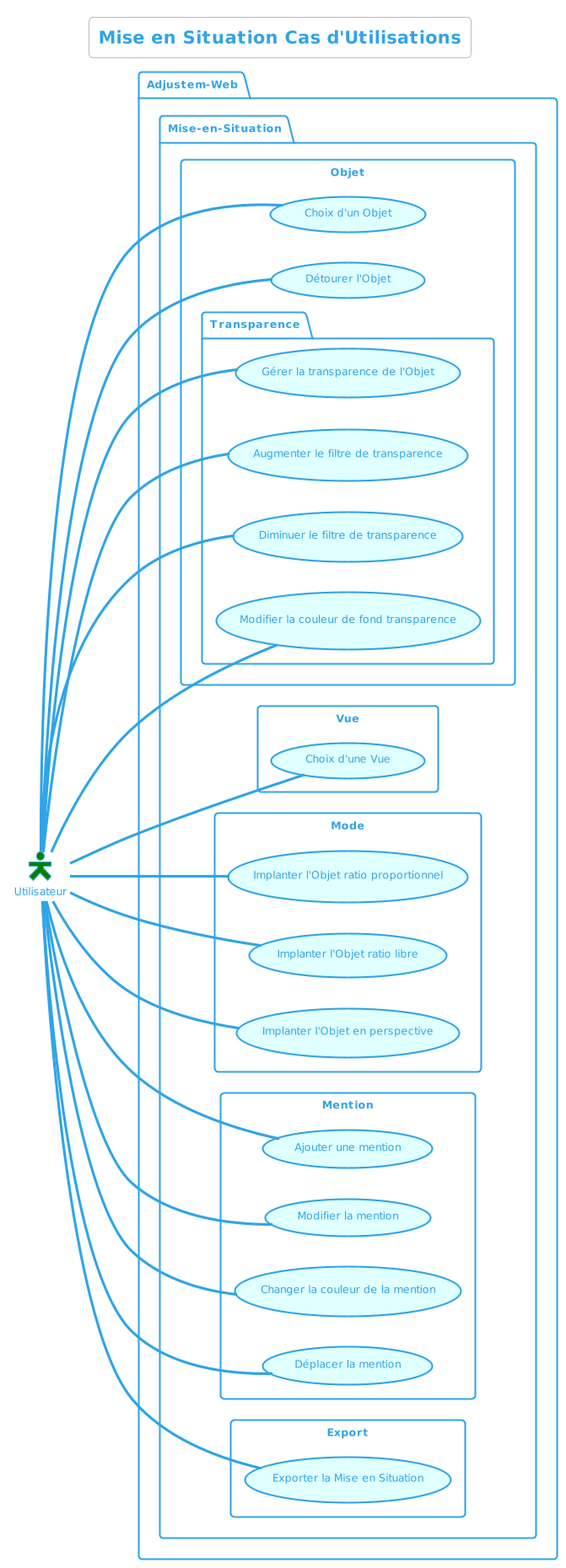
The PlantUML diagram 1_Mise en Situation Cas d'Utilisations Final.png in RegameyManuel/Rapport_Adjustem, before a commit.
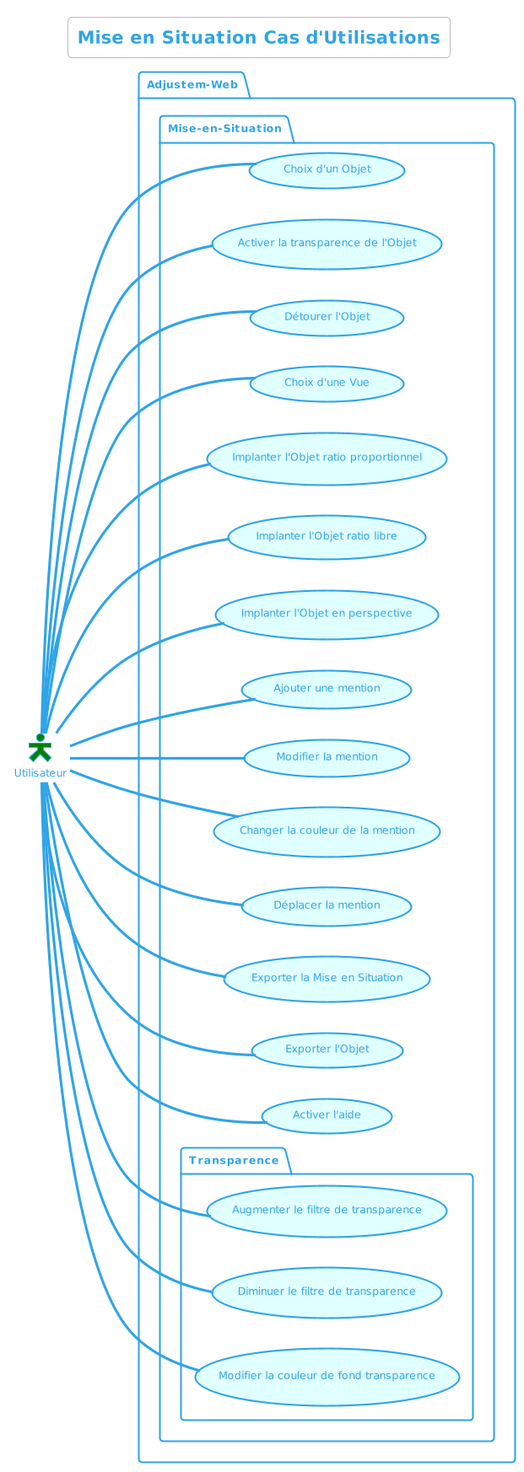
The same diagram one commit later.

Change to the diagram source:
```diff
@@ -8,35 +8,38 @@
 
 package Adjustem-Web {
     package Mise-en-Situation {
-        rectangle Objet {
+
             usecase "Choix d'un Objet" as UC1 #LightCyan
+usecase "Activer la transparence de l'Objet" as UC2 #LightCyan
+            package Transparence {
 
-            package Transparence {
-                usecase "Gérer la transparence de l'Objet" as UC2 #LightCyan
                 usecase "Augmenter le filtre de transparence" as UC3 #LightCyan
                 usecase "Diminuer le filtre de transparence" as UC4 #LightCyan
                 usecase "Modifier la couleur de fond transparence" as UC5 #LightCyan
             }
 
             usecase "Détourer l'Objet" as UC6 #LightCyan
-        }
-        rectangle Vue {
+
+
             usecase "Choix d'une Vue" as UC7 #LightCyan
-        }
-        rectangle Mode {
+
+
             usecase "Implanter l'Objet ratio proportionnel" as UC8 #LightCyan
             usecase "Implanter l'Objet ratio libre" as UC9 #LightCyan
             usecase "Implanter l'Objet en perspective" as UC10 #LightCyan
-        }
-        rectangle Mention {
+
+
             usecase "Ajouter une mention" as UC11 #LightCyan
             usecase "Modifier la mention" as UC12 #LightCyan
             usecase "Changer la couleur de la mention" as UC13 #LightCyan
             usecase "Déplacer la mention" as UC14 #LightCyan
-        }
-        rectangle Export {
+
+
             usecase "Exporter la Mise en Situation" as UC15 #LightCyan
-        }
+
+usecase "Exporter l'Objet" as UC16 #LightCyan
+usecase "Activer l'aide" as UC17 #LightCyan
+
     }
 }
 
@@ -55,4 +58,6 @@
 u --- UC13
 u --- UC14
 u --- UC15
+u --- UC16
+u --- UC17
 @enduml
```
